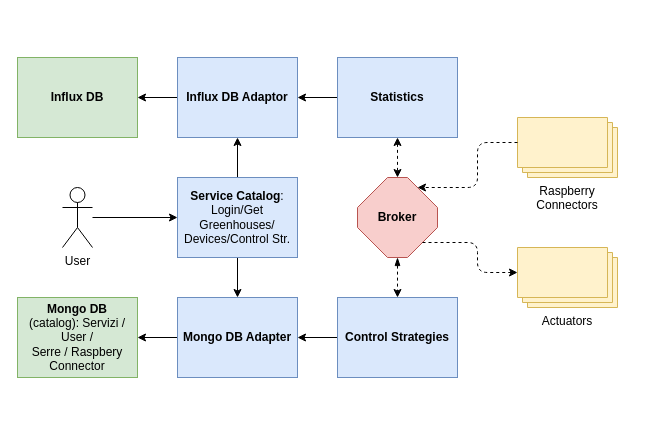
Earlier version of the draw.io diagram flowchart.drawio (The-Green-Box-IoT-Project/GreenBox). Source tidied: cells renumbered, new cells numbered last; positions are measured from the earlier drawing's top-left corner, leaving out a move shared by most shapes. Both pictures are drawn from the tidied source at 100%, with x=0, y=0 at pixel (17, 57).
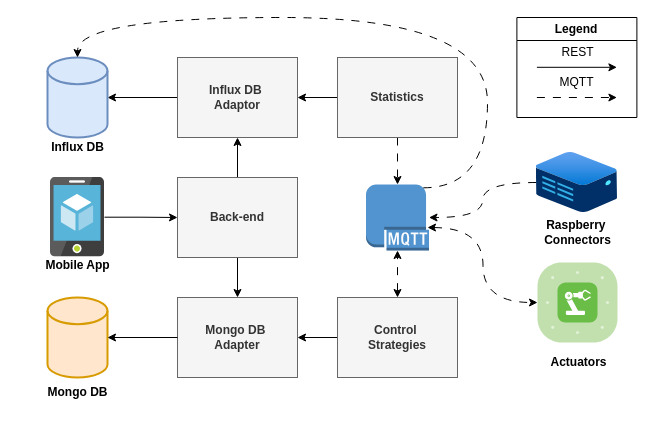
The same page after the edit.

Commit message (it also covers changes not shown here):
aggiornato flowchart

Diff of the diagram source:
```diff
@@
-    <mxCell id="2" value="&lt;b&gt;Influx DB&lt;/b&gt;" style="rounded=0;whiteSpace=wrap;html=1;fillColor=#d5e8d4;strokeColor=#82b366;" parent="1" vertex="1">
-      <mxGeometry width="120" height="80" as="geometry" />
-    </mxCell>
-    <mxCell id="3" style="edgeStyle=orthogonalEdgeStyle;rounded=0;jettySize=auto;html=1;exitX=0;exitY=0.5;exitDx=0;exitDy=0;" parent="1" edge="1" source="4" target="2">
-      <mxGeometry relative="1" as="geometry" />
-    </mxCell>
+    <mxCell id="24" style="edgeStyle=orthogonalEdgeStyle;rounded=0;jettySize=auto;html=1;" parent="1" edge="1" source="4" target="29">
+      <mxGeometry relative="1" as="geometry" />
+    </mxCell>
-    <mxCell id="4" value="&lt;b&gt;Influx DB Adaptor&lt;/b&gt;" style="rounded=0;whiteSpace=wrap;html=1;fillColor=#dae8fc;strokeColor=#6c8ebf;" parent="1" vertex="1">
+    <mxCell id="4" value="&lt;b&gt;Influx DB&amp;nbsp;&lt;/b&gt;&lt;div&gt;&lt;b&gt;Adaptor&lt;/b&gt;&lt;/div&gt;" style="rounded=0;whiteSpace=wrap;html=1;fillColor=#f5f5f5;strokeColor=#666666;fontColor=#333333;" parent="1" vertex="1">
       <mxGeometry x="160" width="120" height="80" as="geometry" />
     </mxCell>
@@
-    <mxCell id="7" value="&lt;b&gt;Service Catalog&lt;/b&gt;:&lt;div&gt;Login/Get Greenhouses/&lt;/div&gt;&lt;div&gt;Devices/Control Str.&lt;/div&gt;" style="rounded=0;whiteSpace=wrap;html=1;fillColor=#dae8fc;strokeColor=#6c8ebf;" parent="1" vertex="1">
+    <mxCell id="7" value="&lt;b&gt;Back-end&lt;/b&gt;" style="rounded=0;whiteSpace=wrap;html=1;fillColor=#f5f5f5;strokeColor=#666666;fontColor=#333333;" parent="1" vertex="1">
       <mxGeometry x="160" y="120" width="120" height="80" as="geometry" />
     </mxCell>
@@
+    <mxCell id="25" style="edgeStyle=orthogonalEdgeStyle;rounded=0;jettySize=auto;html=1;dashed=1;dashPattern=8 8;startArrow=classic;startFill=1;" parent="1" edge="1" source="9" target="33">
+      <mxGeometry relative="1" as="geometry" />
+    </mxCell>
-    <mxCell id="9" value="&lt;b&gt;Control Strategies&lt;/b&gt;" style="rounded=0;whiteSpace=wrap;html=1;fillColor=#dae8fc;strokeColor=#6c8ebf;" parent="1" vertex="1">
+    <mxCell id="9" value="&lt;b&gt;Control&amp;nbsp;&lt;/b&gt;&lt;div&gt;&lt;b&gt;Strategies&lt;/b&gt;&lt;/div&gt;" style="rounded=0;whiteSpace=wrap;html=1;fillColor=#f5f5f5;strokeColor=#666666;fontColor=#333333;" parent="1" vertex="1">
       <mxGeometry x="320" y="240" width="120" height="80" as="geometry" />
     </mxCell>
-    <mxCell id="10" style="edgeStyle=orthogonalEdgeStyle;rounded=0;jettySize=auto;html=1;exitX=0.5;exitY=1;exitDx=0;exitDy=0;startArrow=classic;startFill=1;dashed=1;" parent="1" edge="1" source="12" target="16">
-      <mxGeometry relative="1" as="geometry" />
-    </mxCell>
@@
+    <mxCell id="26" style="edgeStyle=orthogonalEdgeStyle;rounded=0;jettySize=auto;html=1;dashed=1;dashPattern=8 8;" parent="1" edge="1" source="12" target="33">
+      <mxGeometry relative="1" as="geometry" />
+    </mxCell>
-    <mxCell id="12" value="&lt;b&gt;Statistics&lt;/b&gt;" style="rounded=0;whiteSpace=wrap;html=1;fillColor=#dae8fc;strokeColor=#6c8ebf;" parent="1" vertex="1">
+    <mxCell id="12" value="&lt;b&gt;Statistics&lt;/b&gt;" style="rounded=0;whiteSpace=wrap;html=1;fillColor=#f5f5f5;strokeColor=#666666;fontColor=#333333;" parent="1" vertex="1">
       <mxGeometry x="320" width="120" height="80" as="geometry" />
     </mxCell>
+    <mxCell id="23" value="&lt;b&gt;Mongo DB&amp;nbsp;&lt;/b&gt;&lt;div&gt;&lt;b&gt;Adapter&lt;/b&gt;&lt;/div&gt;" style="rounded=0;whiteSpace=wrap;html=1;fillColor=#f5f5f5;strokeColor=#666666;fontColor=#333333;" parent="1" vertex="1">
+      <mxGeometry x="160" y="240" width="120" height="80" as="geometry" />
+    </mxCell>
+    <mxCell id="27" style="edgeStyle=orthogonalEdgeStyle;rounded=0;jettySize=auto;html=1;entryX=0;entryY=0.5;entryDx=0;entryDy=0;" parent="1" edge="1" source="28" target="7">
+      <mxGeometry relative="1" as="geometry" />
+    </mxCell>
+    <mxCell id="28" style="image;sketch=0;html=1;points=[];align=center;fontSize=12;image=img/lib/mscae/App_Service_Mobile_App.svg;" parent="1" vertex="1">
+      <mxGeometry x="33" y="120" width="54" height="79.4" as="geometry" />
+    </mxCell>
+    <mxCell id="29" style="strokeWidth=2;html=1;shape=mxgraph.flowchart.database;whiteSpace=wrap;fillColor=#dae8fc;strokeColor=#6c8ebf;" parent="1" vertex="1">
+      <mxGeometry x="30" width="60" height="80" as="geometry" />
+    </mxCell>
+    <mxCell id="2" value="&lt;b&gt;Influx DB&lt;/b&gt;" style="text;html=1;align=center;verticalAlign=middle;points=[];strokeColor=none;fillColor=none;" parent="1" vertex="1">
+      <mxGeometry x="20" y="75" width="80" height="30" as="geometry" />
+    </mxCell>
+    <mxCell id="30" style="strokeWidth=2;html=1;shape=mxgraph.flowchart.database;whiteSpace=wrap;fillColor=#ffe6cc;strokeColor=#d79b00;" parent="1" vertex="1">
+      <mxGeometry x="30" y="240" width="60" height="80" as="geometry" />
+    </mxCell>
+    <mxCell id="31" value="&lt;b&gt;Mongo DB&lt;/b&gt;" style="text;html=1;align=center;verticalAlign=middle;strokeColor=none;fillColor=none;" parent="1" vertex="1">
+      <mxGeometry x="20" y="320" width="80" height="30" as="geometry" />
+    </mxCell>
+    <mxCell id="32" style="edgeStyle=orthogonalEdgeStyle;rounded=0;jettySize=auto;html=1;entryX=1;entryY=0.5;entryDx=0;entryDy=0;entryPerimeter=0;" parent="1" edge="1" source="23" target="30">
+      <mxGeometry relative="1" as="geometry" />
+    </mxCell>
+    <mxCell id="33" style="outlineConnect=0;dashed=1;verticalLabelPosition=bottom;verticalAlign=top;align=center;html=1;shape=mxgraph.aws3.mqtt_protocol;fillColor=#5294CF;gradientColor=none;dashPattern=8 8;" parent="1" vertex="1">
+      <mxGeometry x="348.5" y="127" width="63" height="66" as="geometry" />
+    </mxCell>
+    <mxCell id="34" value="&lt;b&gt;Mobile App&lt;/b&gt;" style="text;html=1;align=center;verticalAlign=middle;strokeColor=none;fillColor=none;" parent="1" vertex="1">
+      <mxGeometry x="15" y="193" width="90" height="30" as="geometry" />
+    </mxCell>
+    <mxCell id="35" style="edgeStyle=orthogonalEdgeStyle;rounded=0;jettySize=auto;html=1;curved=1;dashed=1;dashPattern=8 8;" parent="1" edge="1" source="36" target="33">
+      <mxGeometry relative="1" as="geometry" />
+    </mxCell>
+    <mxCell id="36" style="image;html=1;points=[];align=center;fontSize=12;image=img/lib/azure2/other/Defender_Sensor.svg;" parent="1" vertex="1">
+      <mxGeometry x="518.8" y="95" width="81.2" height="60" as="geometry" />
+    </mxCell>
+    <mxCell id="37" style="verticalLabelPosition=bottom;sketch=0;html=1;fillColor=#6ABD46;strokeColor=#ffffff;verticalAlign=top;align=center;points=[[0.085,0.085,0],[0.915,0.085,0],[0.915,0.915,0],[0.085,0.915,0],[0.25,0,0],[0.5,0,0],[0.75,0,0],[1,0.25,0],[1,0.5,0],[1,0.75,0],[0.75,1,0],[0.5,1,0],[0.25,1,0],[0,0.75,0],[0,0.5,0],[0,0.25,0]];shape=mxgraph.cisco_safe.compositeIcon;bgIcon=mxgraph.cisco_safe.architecture.generic_appliance;resIcon=mxgraph.cisco_safe.architecture.actuator;" parent="1" vertex="1">
+      <mxGeometry x="520" y="205" width="80" height="80" as="geometry" />
+    </mxCell>
+    <mxCell id="14" value="&lt;b&gt;Raspberry&amp;nbsp;&lt;/b&gt;&lt;div&gt;&lt;b&gt;Connectors&lt;/b&gt;&lt;/div&gt;" style="text;html=1;align=center;verticalAlign=middle;points=[];strokeColor=none;fillColor=none;" parent="1" vertex="1">
+      <mxGeometry x="515" y="155" width="90" height="40" as="geometry" />
+    </mxCell>
-    <mxCell id="13" value="Actuators" style="verticalLabelPosition=bottom;verticalAlign=top;html=1;shape=mxgraph.basic.layered_rect;dx=10;outlineConnect=0;whiteSpace=wrap;fillColor=#fff2cc;strokeColor=#d6b656;" parent="1" vertex="1">
-      <mxGeometry x="500" y="190" width="100" height="60" as="geometry" />
+    <mxCell id="13" value="&lt;b&gt;Actuators&lt;/b&gt;" style="text;html=1;align=center;verticalAlign=middle;points=[];strokeColor=none;fillColor=none;" parent="1" vertex="1">
+      <mxGeometry x="520.6" y="290" width="80" height="30" as="geometry" />
     </mxCell>
-    <mxCell id="14" value="Raspberry Connectors" style="verticalLabelPosition=bottom;verticalAlign=top;html=1;shape=mxgraph.basic.layered_rect;dx=10;outlineConnect=0;whiteSpace=wrap;fillColor=#fff2cc;strokeColor=#d6b656;" parent="1" vertex="1">
-      <mxGeometry x="500" y="60" width="100" height="60" as="geometry" />
-    </mxCell>
-    <mxCell id="15" style="edgeStyle=orthogonalEdgeStyle;rounded=0;jettySize=auto;html=1;exitX=0.5;exitY=1;exitDx=0;exitDy=0;exitPerimeter=0;entryX=0.5;entryY=0;entryDx=0;entryDy=0;startArrow=blockThin;startFill=1;dashed=1;" parent="1" edge="1" source="16" target="9">
-      <mxGeometry relative="1" as="geometry" />
-    </mxCell>
-    <mxCell id="16" value="&lt;b&gt;Broker&lt;/b&gt;" style="whiteSpace=wrap;html=1;shape=mxgraph.basic.octagon2;align=center;verticalAlign=middle;dx=15;fillColor=#f8cecc;strokeColor=#b85450;" parent="1" vertex="1">
-      <mxGeometry x="340" y="120" width="80" height="80" as="geometry" />
-    </mxCell>
-    <mxCell id="17" style="edgeStyle=orthogonalEdgeStyle;rounded=1;jettySize=auto;html=1;exitX=0;exitY=0;exitDx=0;exitDy=25;exitPerimeter=0;entryX=0.75;entryY=0.125;entryDx=0;entryDy=0;entryPerimeter=0;curved=0;dashed=1;" parent="1" edge="1" source="14" target="16">
-      <mxGeometry relative="1" as="geometry">
-        <Array as="points">
-          <mxPoint x="460" y="85" />
-          <mxPoint x="460" y="130" />
-        </Array>
-      </mxGeometry>
-    </mxCell>
-    <mxCell id="18" style="edgeStyle=orthogonalEdgeStyle;rounded=1;jettySize=auto;html=1;exitX=0;exitY=0;exitDx=65;exitDy=65;exitPerimeter=0;entryX=0;entryY=0;entryDx=0;entryDy=25;entryPerimeter=0;dashed=1;curved=0;" parent="1" edge="1" source="16" target="13">
-      <mxGeometry relative="1" as="geometry" />
-    </mxCell>
-    <mxCell id="19" value="&lt;b&gt;Mongo DB&lt;/b&gt;&lt;div&gt;(catalog):&amp;nbsp;&lt;span style=&quot;background-color: transparent; color: light-dark(rgb(0, 0, 0), rgb(255, 255, 255));&quot;&gt;Servizi / User /&lt;/span&gt;&lt;/div&gt;&lt;div&gt;Serre / Raspbery Connector&lt;/div&gt;" style="rounded=0;whiteSpace=wrap;html=1;fillColor=#d5e8d4;strokeColor=#82b366;" parent="1" vertex="1">
-      <mxGeometry y="240" width="120" height="80" as="geometry" />
-    </mxCell>
-    <mxCell id="20" style="edgeStyle=orthogonalEdgeStyle;rounded=0;jettySize=auto;html=1;entryX=0;entryY=0.5;entryDx=0;entryDy=0;" parent="1" edge="1" source="21" target="7">
-      <mxGeometry relative="1" as="geometry" />
-    </mxCell>
-    <mxCell id="21" value="&lt;font style=&quot;color: rgb(0, 0, 0);&quot;&gt;User&lt;/font&gt;" style="shape=umlActor;verticalLabelPosition=bottom;verticalAlign=top;html=1;outlineConnect=0;" parent="1" vertex="1">
-      <mxGeometry x="45" y="130" width="30" height="60" as="geometry" />
-    </mxCell>
-    <mxCell id="22" style="edgeStyle=orthogonalEdgeStyle;rounded=0;jettySize=auto;html=1;exitX=0;exitY=0.5;exitDx=0;exitDy=0;entryX=1;entryY=0.5;entryDx=0;entryDy=0;" parent="1" edge="1" source="23" target="19">
-      <mxGeometry relative="1" as="geometry" />
-    </mxCell>
-    <mxCell id="23" value="&lt;b&gt;Mongo DB Adapter&lt;/b&gt;" style="rounded=0;whiteSpace=wrap;html=1;fillColor=#dae8fc;strokeColor=#6c8ebf;" parent="1" vertex="1">
-      <mxGeometry x="160" y="240" width="120" height="80" as="geometry" />
-    </mxCell>
+    <mxCell id="38" style="edgeStyle=orthogonalEdgeStyle;rounded=0;jettySize=auto;html=1;entryX=0;entryY=0.5;entryDx=0;entryDy=0;entryPerimeter=0;curved=1;dashed=1;dashPattern=8 8;startArrow=classic;startFill=1;" parent="1" edge="1" target="37">
+      <mxGeometry relative="1" as="geometry">
+        <mxPoint x="410" y="170" as="sourcePoint" />
+      </mxGeometry>
+    </mxCell>
+    <mxCell id="39" style="edgeStyle=orthogonalEdgeStyle;rounded=0;jettySize=auto;html=1;exitX=0.91;exitY=0.05;exitDx=0;exitDy=0;exitPerimeter=0;entryX=0.5;entryY=0;entryDx=0;entryDy=0;entryPerimeter=0;curved=1;dashed=1;dashPattern=8 8;" parent="1" edge="1" source="33" target="29">
+      <mxGeometry relative="1" as="geometry">
+        <Array as="points">
+          <mxPoint x="470" y="130" />
+          <mxPoint x="470" y="-40" />
+          <mxPoint x="60" y="-40" />
+        </Array>
+      </mxGeometry>
+    </mxCell>
+    <mxCell id="40" style="endArrow=classic;html=1;rounded=0;" parent="1" edge="1">
+      <mxGeometry relative="1" as="geometry">
+        <mxPoint x="519.4" y="9.8" as="sourcePoint" />
+        <mxPoint x="599.4" y="9.8" as="targetPoint" />
+      </mxGeometry>
+    </mxCell>
+    <mxCell id="41" style="endArrow=classic;html=1;rounded=0;dashed=1;dashPattern=8 8;" parent="1" edge="1">
+      <mxGeometry relative="1" as="geometry">
+        <mxPoint x="519.4" y="40" as="sourcePoint" />
+        <mxPoint x="599.4" y="40" as="targetPoint" />
+      </mxGeometry>
+    </mxCell>
+    <mxCell id="42" value="REST" style="text;html=1;align=center;verticalAlign=middle;strokeColor=none;fillColor=none;" parent="1" vertex="1">
+      <mxGeometry x="530" y="-20" width="60" height="30" as="geometry" />
+    </mxCell>
+    <mxCell id="43" value="MQTT" style="text;html=1;align=center;verticalAlign=middle;strokeColor=none;fillColor=none;" parent="1" vertex="1">
+      <mxGeometry x="529.4" y="10" width="60" height="30" as="geometry" />
+    </mxCell>
+    <mxCell id="44" value="Legend" style="swimlane;whiteSpace=wrap;html=1;" parent="1" vertex="1">
+      <mxGeometry x="499.4" y="-40" width="120" height="100" as="geometry" />
+    </mxCell>
```
